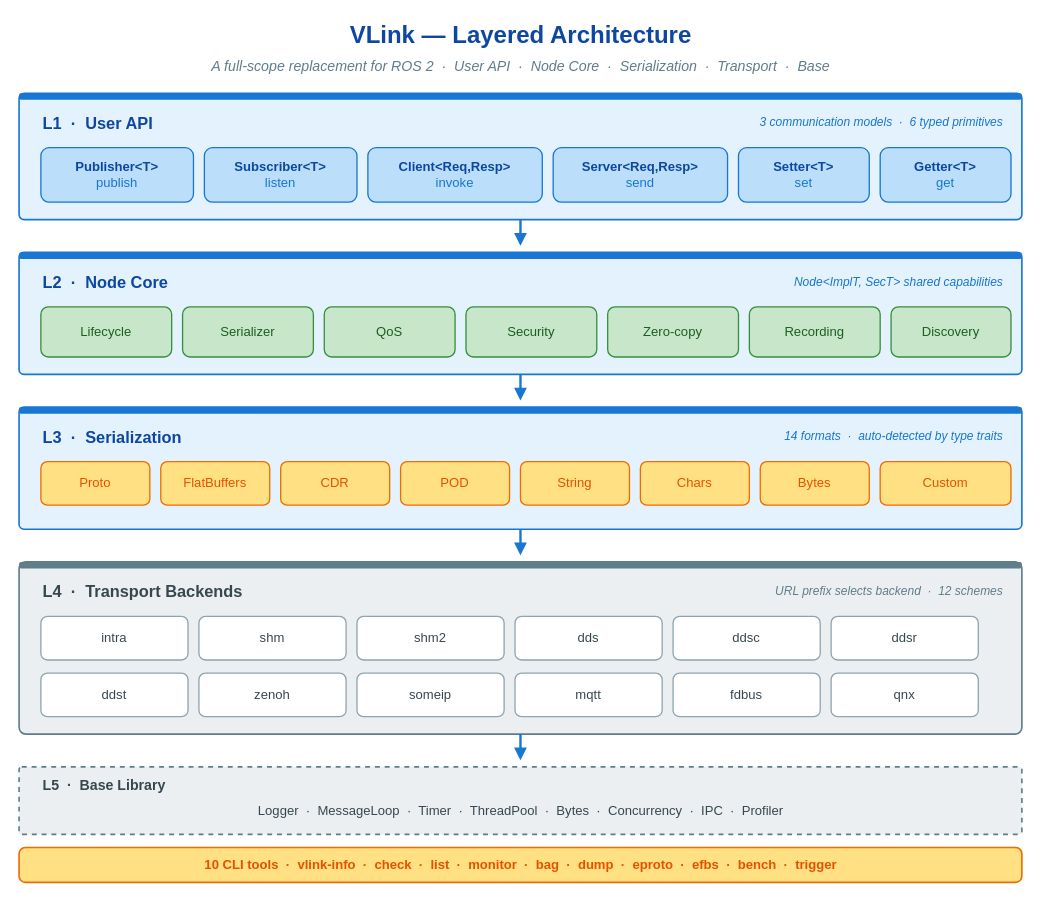
The draw.io diagram doc/images/foreword-layered-architecture.drawio in thun-res/vlink, before the edit. Source tidied: cells renumbered, new cells numbered last; positions are measured from the earlier drawing's top-left corner, leaving out a move shared by most shapes. Both pictures are drawn from the tidied source at 109%, with x=0, y=0 at pixel (19, 19).
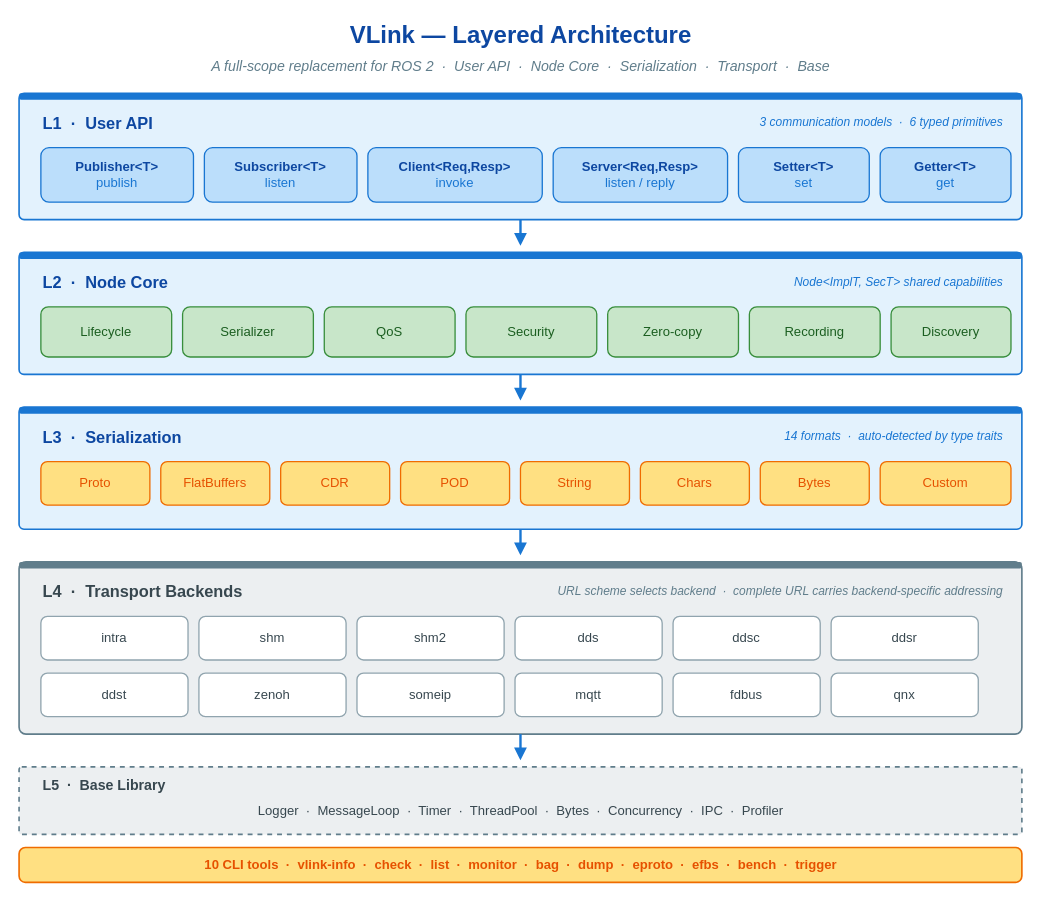
After the change.

What changed in the source:
```diff
@@
-    <mxCell id="11" value="&lt;b&gt;Server&amp;lt;Req,Resp&amp;gt;&lt;/b&gt;&lt;br&gt;&lt;font color=&quot;#1976d2&quot;&gt;send&lt;/font&gt;" style="rounded=1;whiteSpace=wrap;html=1;fillColor=#bbdefb;strokeColor=#1976d2;strokeWidth=1.2;fontFamily=Helvetica;fontSize=12;fontColor=#0d47a1;shadow=0;" parent="1" vertex="1">
+    <mxCell id="11" value="&lt;b&gt;Server&amp;lt;Req,Resp&amp;gt;&lt;/b&gt;&lt;br&gt;&lt;font color=&quot;#1976d2&quot;&gt;listen / reply&lt;/font&gt;" style="rounded=1;whiteSpace=wrap;html=1;fillColor=#bbdefb;strokeColor=#1976d2;strokeWidth=1.2;fontFamily=Helvetica;fontSize=12;fontColor=#0d47a1;shadow=0;" parent="1" vertex="1">
       <mxGeometry x="490" y="118" width="160" height="50" as="geometry" />
     </mxCell>
@@
-    <mxCell id="43" value="URL prefix selects backend  ·  12 schemes" style="text;html=1;align=right;verticalAlign=middle;strokeColor=none;fillColor=none;fontFamily=Helvetica;fontSize=11;fontStyle=2;fontColor=#607d8b;" parent="1" vertex="1">
+    <mxCell id="43" value="URL scheme selects backend  ·  complete URL carries backend-specific addressing" style="text;html=1;align=right;verticalAlign=middle;strokeColor=none;fillColor=none;fontFamily=Helvetica;fontSize=11;fontStyle=2;fontColor=#607d8b;" parent="1" vertex="1">
       <mxGeometry x="460" y="514" width="444" height="22" as="geometry" />
     </mxCell>
```
